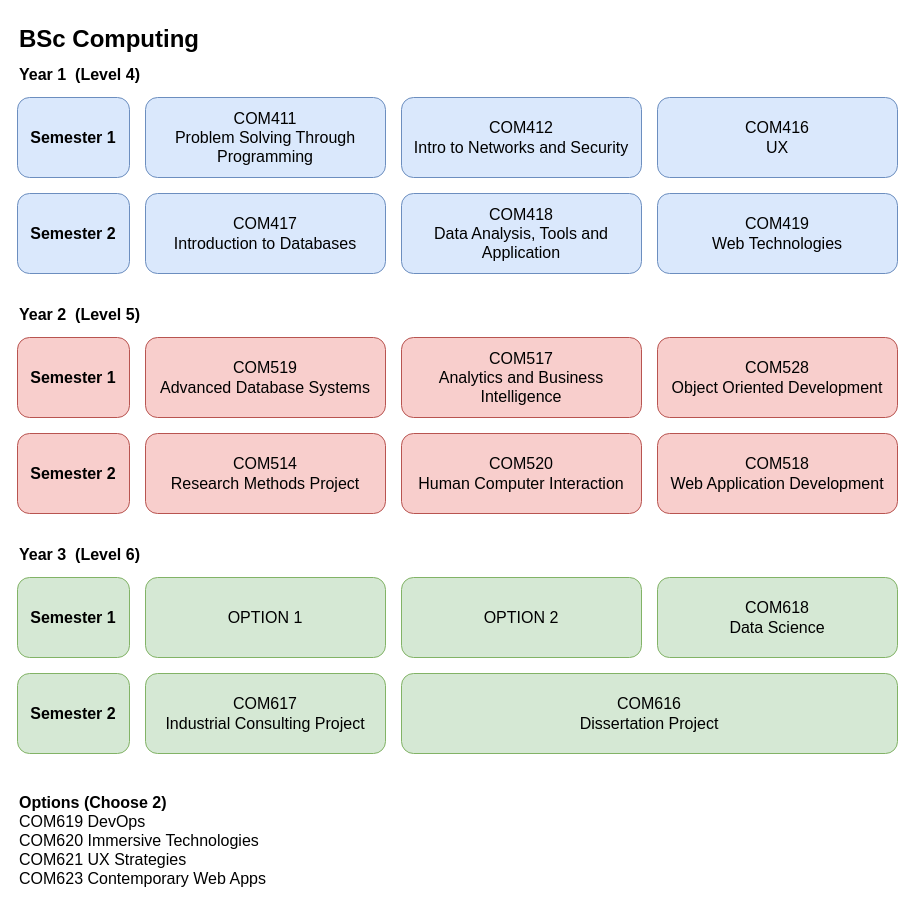
Earlier version of the draw.io diagram page "BSc Computing" (1 of 4) of ALL_UG_2023.drawio (martinsolent/solent_diagrams). Source tidied: cells renumbered, new cells numbered last; positions are measured from the earlier drawing's top-left corner, leaving out a move shared by most shapes. Both pictures are drawn from the tidied source at 100%, with x=0, y=0 at pixel (17, 17).
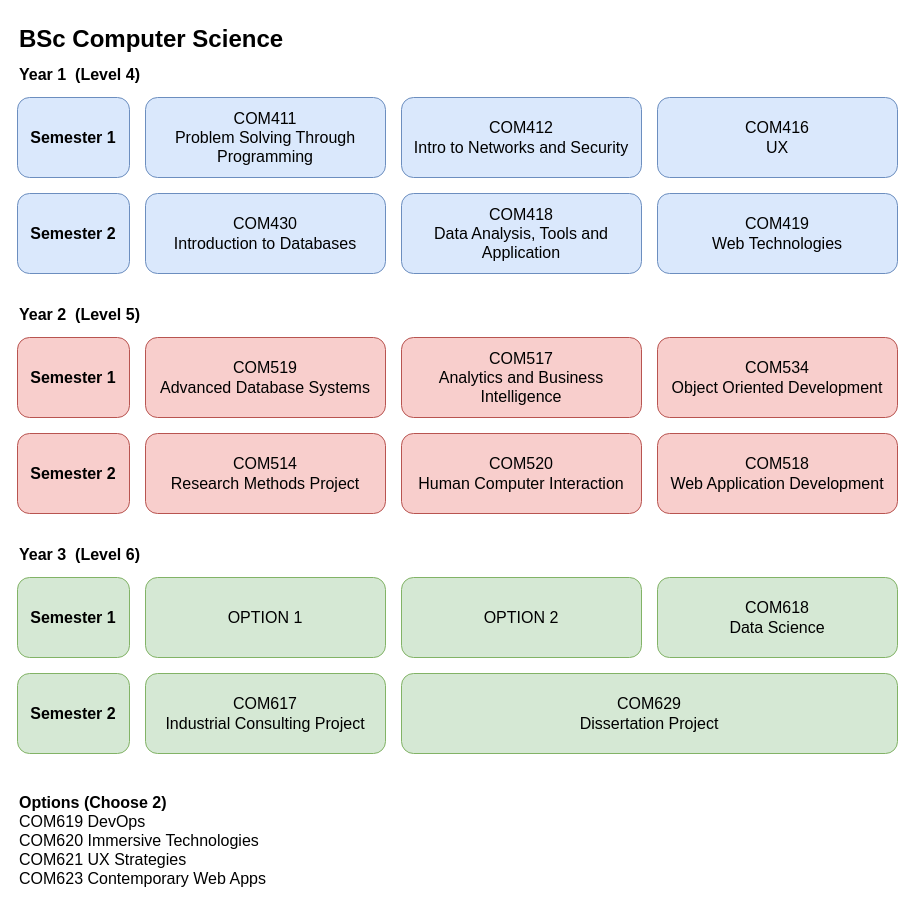
After the change.

Diff of the diagram source:
```diff
@@
-    <mxCell id="6" value="&lt;font style=&quot;font-size: 16px;&quot;&gt;COM417&lt;br&gt;Introduction to Databases&lt;/font&gt;" style="rounded=1;whiteSpace=wrap;html=1;fillColor=#dae8fc;strokeColor=#6c8ebf;" parent="1" vertex="1">
+    <mxCell id="6" value="&lt;font style=&quot;font-size: 16px;&quot;&gt;COM430&lt;br&gt;Introduction to Databases&lt;/font&gt;" style="rounded=1;whiteSpace=wrap;html=1;fillColor=#dae8fc;strokeColor=#6c8ebf;" parent="1" vertex="1">
       <mxGeometry x="128" y="176" width="240" height="80" as="geometry" />
     </mxCell>
@@
-    <mxCell id="10" value="&lt;font style=&quot;font-size: 24px;&quot;&gt;&lt;b&gt;BSc Computing&lt;/b&gt;&lt;/font&gt;" style="text;html=1;align=left;verticalAlign=middle;strokeColor=none;fillColor=none;" parent="1" vertex="1">
-      <mxGeometry width="204" height="44" as="geometry" />
+    <mxCell id="10" value="&lt;font style=&quot;font-size: 24px;&quot;&gt;&lt;b&gt;BSc Computer Science&lt;/b&gt;&lt;/font&gt;" style="text;html=1;align=left;verticalAlign=middle;strokeColor=none;fillColor=none;" parent="1" vertex="1">
+      <mxGeometry width="288" height="44" as="geometry" />
     </mxCell>
@@
-    <mxCell id="14" value="&lt;font style=&quot;font-size: 16px;&quot;&gt;COM528 &lt;br&gt;Object Oriented Development&lt;/font&gt;" style="rounded=1;whiteSpace=wrap;html=1;fillColor=#f8cecc;strokeColor=#b85450;" parent="1" vertex="1">
+    <mxCell id="14" value="&lt;font style=&quot;font-size: 16px;&quot;&gt;COM534&lt;br&gt;Object Oriented Development&lt;/font&gt;" style="rounded=1;whiteSpace=wrap;html=1;fillColor=#f8cecc;strokeColor=#b85450;" parent="1" vertex="1">
       <mxGeometry x="640" y="320" width="240" height="80" as="geometry" />
     </mxCell>
@@
-    <mxCell id="26" value="&lt;font style=&quot;font-size: 16px;&quot;&gt;COM616&lt;br&gt;Dissertation Project &lt;/font&gt;" style="rounded=1;whiteSpace=wrap;html=1;fillColor=#d5e8d4;strokeColor=#82b366;" parent="1" vertex="1">
+    <mxCell id="26" value="&lt;font style=&quot;font-size: 16px;&quot;&gt;COM629&lt;br&gt;Dissertation Project &lt;/font&gt;" style="rounded=1;whiteSpace=wrap;html=1;fillColor=#d5e8d4;strokeColor=#82b366;" parent="1" vertex="1">
       <mxGeometry x="384" y="656" width="496" height="80" as="geometry" />
     </mxCell>
```
